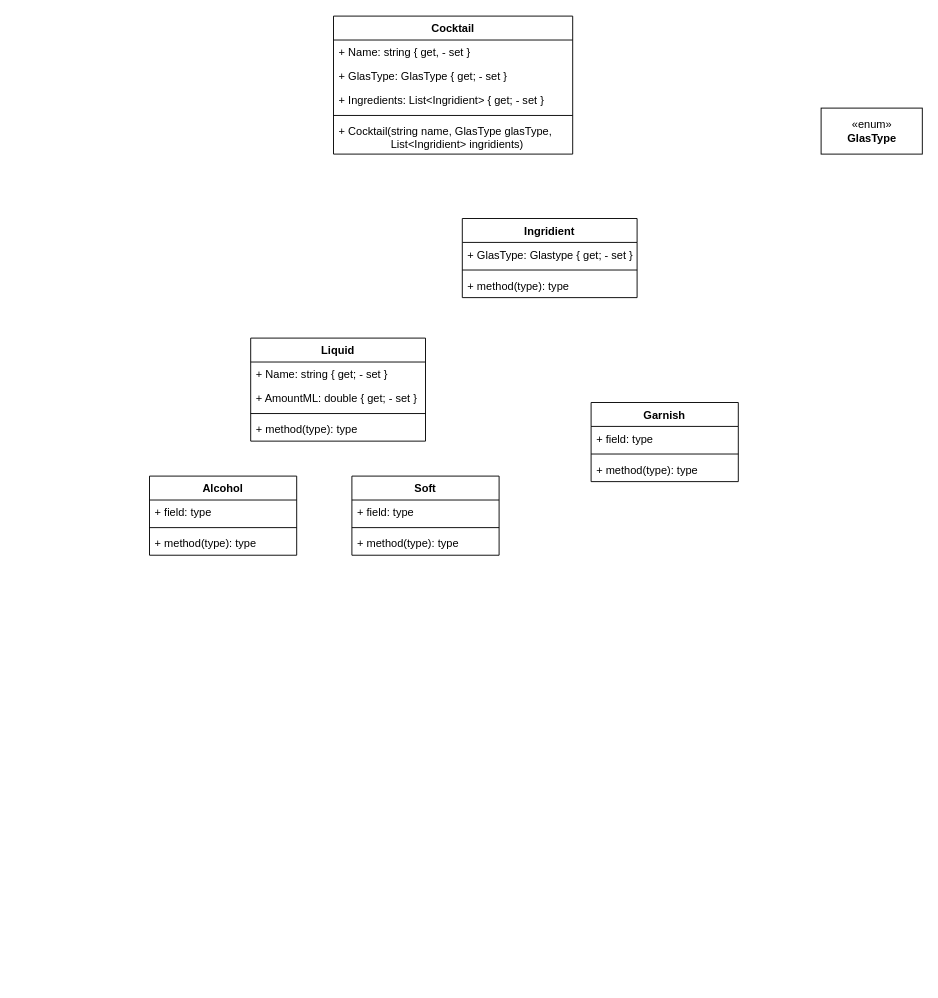
TGPGamez/Cocktails-H3 keeps this draw.io diagram as Cocktails ClassDiagram.drawio. Above is the earlier version. Source tidied: cells renumbered, new cells numbered last; positions are measured from the earlier drawing's top-left corner, leaving out a move shared by most shapes. Both pictures are drawn from the tidied source at 92%, with x=0, y=0 at pixel (149, 16).
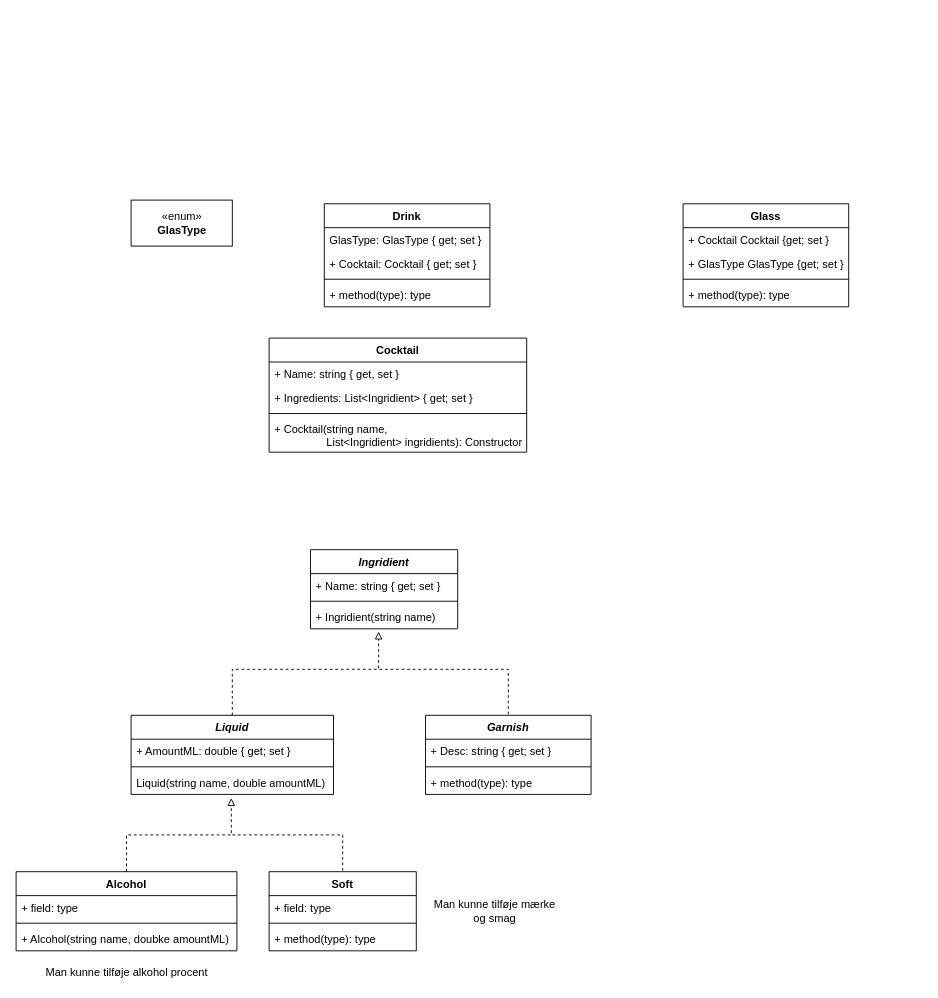
After the change.

Change to the diagram source:
```diff
@@
     <mxCell id="2" value="Cocktail" style="swimlane;fontStyle=1;align=center;verticalAlign=top;horizontal=1;startSize=26;" parent="1" vertex="1">
-      <mxGeometry x="200" width="260" height="150" as="geometry" />
+      <mxGeometry x="130" y="350" width="280" height="124" as="geometry" />
     </mxCell>
-    <mxCell id="3" value="+ Name: string { get, - set }" style="text;strokeColor=none;fillColor=none;align=left;verticalAlign=top;spacingLeft=4;spacingRight=4;overflow=hidden;" parent="2" vertex="1">
-      <mxGeometry y="26" width="260" height="26" as="geometry" />
+    <mxCell id="3" value="+ Name: string { get, set }" style="text;strokeColor=none;fillColor=none;align=left;verticalAlign=top;spacingLeft=4;spacingRight=4;overflow=hidden;" parent="2" vertex="1">
+      <mxGeometry y="26" width="280" height="26" as="geometry" />
     </mxCell>
-    <mxCell id="4" value="+ GlasType: GlasType { get; - set }" style="text;strokeColor=none;fillColor=none;align=left;verticalAlign=top;spacingLeft=4;spacingRight=4;overflow=hidden;" parent="2" vertex="1">
-      <mxGeometry y="52" width="260" height="26" as="geometry" />
-    </mxCell>
-    <mxCell id="5" value="+ Ingredients: List&lt;Ingridient&gt; { get; - set }" style="text;strokeColor=none;fillColor=none;align=left;verticalAlign=top;spacingLeft=4;spacingRight=4;overflow=hidden;" parent="2" vertex="1">
-      <mxGeometry y="78" width="260" height="26" as="geometry" />
+    <mxCell id="5" value="+ Ingredients: List&lt;Ingridient&gt; { get; set }" style="text;strokeColor=none;fillColor=none;align=left;verticalAlign=top;spacingLeft=4;spacingRight=4;overflow=hidden;" parent="2" vertex="1">
+      <mxGeometry y="52" width="280" height="26" as="geometry" />
     </mxCell>
     <mxCell id="6" style="line;strokeWidth=1;fillColor=none;align=left;verticalAlign=middle;spacingTop=-1;spacingLeft=3;spacingRight=3;labelPosition=right;" parent="2" vertex="1">
-      <mxGeometry y="104" width="260" height="8" as="geometry" />
+      <mxGeometry y="78" width="280" height="8" as="geometry" />
     </mxCell>
-    <mxCell id="7" value="+ Cocktail(string name, GlasType glasType, &#10;                 List&lt;Ingridient&gt; ingridients)" style="text;strokeColor=none;fillColor=none;align=left;verticalAlign=top;spacingLeft=4;spacingRight=4;overflow=hidden;" parent="2" vertex="1">
-      <mxGeometry y="112" width="260" height="38" as="geometry" />
+    <mxCell id="7" value="+ Cocktail(string name,&#10;                 List&lt;Ingridient&gt; ingridients): Constructor" style="text;strokeColor=none;fillColor=none;align=left;verticalAlign=top;spacingLeft=4;spacingRight=4;overflow=hidden;" parent="2" vertex="1">
+      <mxGeometry y="86" width="280" height="38" as="geometry" />
     </mxCell>
     <mxCell id="8" value="«enum»&lt;br&gt;&lt;b&gt;GlasType&lt;/b&gt;" style="html=1;" parent="1" vertex="1">
-      <mxGeometry x="730" y="100" width="110" height="50" as="geometry" />
+      <mxGeometry x="-20" y="200" width="110" height="50" as="geometry" />
     </mxCell>
-    <mxCell id="9" value="Liquid" style="swimlane;fontStyle=1;align=center;verticalAlign=top;horizontal=1;startSize=26;" parent="1" vertex="1">
-      <mxGeometry x="110" y="350" width="190" height="112" as="geometry" />
+    <mxCell id="9" value="Liquid" style="swimlane;fontStyle=3;align=center;verticalAlign=top;horizontal=1;startSize=26;" parent="1" vertex="1">
+      <mxGeometry x="-20" y="760" width="220" height="86" as="geometry" />
     </mxCell>
-    <mxCell id="10" value="+ Name: string { get; - set }" style="text;strokeColor=none;fillColor=none;align=left;verticalAlign=top;spacingLeft=4;spacingRight=4;overflow=hidden;" parent="9" vertex="1">
-      <mxGeometry y="26" width="190" height="26" as="geometry" />
-    </mxCell>
-    <mxCell id="11" value="+ AmountML: double { get; - set }" style="text;strokeColor=none;fillColor=none;align=left;verticalAlign=top;spacingLeft=4;spacingRight=4;overflow=hidden;" parent="9" vertex="1">
-      <mxGeometry y="52" width="190" height="26" as="geometry" />
+    <mxCell id="11" value="+ AmountML: double { get; set }" style="text;strokeColor=none;fillColor=none;align=left;verticalAlign=top;spacingLeft=4;spacingRight=4;overflow=hidden;" parent="9" vertex="1">
+      <mxGeometry y="26" width="220" height="26" as="geometry" />
     </mxCell>
     <mxCell id="12" style="line;strokeWidth=1;fillColor=none;align=left;verticalAlign=middle;spacingTop=-1;spacingLeft=3;spacingRight=3;labelPosition=right;" parent="9" vertex="1">
-      <mxGeometry y="78" width="190" height="8" as="geometry" />
+      <mxGeometry y="52" width="220" height="8" as="geometry" />
     </mxCell>
-    <mxCell id="13" value="+ method(type): type" style="text;strokeColor=none;fillColor=none;align=left;verticalAlign=top;spacingLeft=4;spacingRight=4;overflow=hidden;points=[[0,0.5],[1,0.5]];portConstraint=eastwest;" parent="9" vertex="1">
-      <mxGeometry y="86" width="190" height="26" as="geometry" />
+    <mxCell id="13" value="Liquid(string name, double amountML)" style="text;strokeColor=none;fillColor=none;align=left;verticalAlign=top;spacingLeft=4;spacingRight=4;overflow=hidden;points=[[0,0.5],[1,0.5]];portConstraint=eastwest;" parent="9" vertex="1">
+      <mxGeometry y="60" width="220" height="26" as="geometry" />
     </mxCell>
-    <mxCell id="14" value="Garnish" style="swimlane;fontStyle=1;align=center;verticalAlign=top;horizontal=1;startSize=26;" parent="1" vertex="1">
-      <mxGeometry x="480" y="420" width="160" height="86" as="geometry" />
+    <mxCell id="14" value="Garnish" style="swimlane;fontStyle=3;align=center;verticalAlign=top;horizontal=1;startSize=26;" parent="1" vertex="1">
+      <mxGeometry x="300" y="760" width="180" height="86" as="geometry" />
     </mxCell>
-    <mxCell id="15" value="+ field: type" style="text;strokeColor=none;fillColor=none;align=left;verticalAlign=top;spacingLeft=4;spacingRight=4;overflow=hidden;" parent="14" vertex="1">
-      <mxGeometry y="26" width="160" height="26" as="geometry" />
+    <mxCell id="15" value="+ Desc: string { get; set }" style="text;strokeColor=none;fillColor=none;align=left;verticalAlign=top;spacingLeft=4;spacingRight=4;overflow=hidden;" parent="14" vertex="1">
+      <mxGeometry y="26" width="180" height="26" as="geometry" />
     </mxCell>
     <mxCell id="16" style="line;strokeWidth=1;fillColor=none;align=left;verticalAlign=middle;spacingTop=-1;spacingLeft=3;spacingRight=3;labelPosition=right;" parent="14" vertex="1">
-      <mxGeometry y="52" width="160" height="8" as="geometry" />
+      <mxGeometry y="52" width="180" height="8" as="geometry" />
     </mxCell>
     <mxCell id="17" value="+ method(type): type" style="text;strokeColor=none;fillColor=none;align=left;verticalAlign=top;spacingLeft=4;spacingRight=4;overflow=hidden;" parent="14" vertex="1">
-      <mxGeometry y="60" width="160" height="26" as="geometry" />
+      <mxGeometry y="60" width="180" height="26" as="geometry" />
     </mxCell>
     <mxCell id="18" value="Alcohol" style="swimlane;fontStyle=1;align=center;verticalAlign=top;horizontal=1;startSize=26;" parent="1" vertex="1">
-      <mxGeometry y="500" width="160" height="86" as="geometry" />
+      <mxGeometry x="-145" y="930" width="240" height="86" as="geometry" />
     </mxCell>
     <mxCell id="19" value="+ field: type" style="text;strokeColor=none;fillColor=none;align=left;verticalAlign=top;spacingLeft=4;spacingRight=4;overflow=hidden;" parent="18" vertex="1">
-      <mxGeometry y="26" width="160" height="26" as="geometry" />
+      <mxGeometry y="26" width="240" height="26" as="geometry" />
     </mxCell>
     <mxCell id="20" style="line;strokeWidth=1;fillColor=none;align=left;verticalAlign=middle;spacingTop=-1;spacingLeft=3;spacingRight=3;labelPosition=right;" parent="18" vertex="1">
-      <mxGeometry y="52" width="160" height="8" as="geometry" />
+      <mxGeometry y="52" width="240" height="8" as="geometry" />
     </mxCell>
-    <mxCell id="21" value="+ method(type): type" style="text;strokeColor=none;fillColor=none;align=left;verticalAlign=top;spacingLeft=4;spacingRight=4;overflow=hidden;" parent="18" vertex="1">
-      <mxGeometry y="60" width="160" height="26" as="geometry" />
+    <mxCell id="21" value="+ Alcohol(string name, doubke amountML)" style="text;strokeColor=none;fillColor=none;align=left;verticalAlign=top;spacingLeft=4;spacingRight=4;overflow=hidden;" parent="18" vertex="1">
+      <mxGeometry y="60" width="240" height="26" as="geometry" />
     </mxCell>
     <mxCell id="22" value="Soft" style="swimlane;fontStyle=1;align=center;verticalAlign=top;horizontal=1;startSize=26;" parent="1" vertex="1">
-      <mxGeometry x="220" y="500" width="160" height="86" as="geometry" />
+      <mxGeometry x="130" y="930" width="160" height="86" as="geometry" />
     </mxCell>
@@
-    <mxCell id="26" value="Ingridient" style="swimlane;fontStyle=1;align=center;verticalAlign=top;horizontal=1;startSize=26;" parent="1" vertex="1">
-      <mxGeometry x="340" y="220" width="190" height="86" as="geometry" />
+    <mxCell id="26" value="Ingridient" style="swimlane;fontStyle=3;align=center;verticalAlign=top;horizontal=1;startSize=26;" parent="1" vertex="1">
+      <mxGeometry x="175" y="580" width="160" height="86" as="geometry" />
     </mxCell>
-    <mxCell id="27" value="+ GlasType: Glastype { get; - set }" style="text;strokeColor=none;fillColor=none;align=left;verticalAlign=top;spacingLeft=4;spacingRight=4;overflow=hidden;" parent="26" vertex="1">
-      <mxGeometry y="26" width="190" height="26" as="geometry" />
-    </mxCell>
-    <mxCell id="28" style="line;strokeWidth=1;fillColor=none;align=left;verticalAlign=middle;spacingTop=-1;spacingLeft=3;spacingRight=3;labelPosition=right;" parent="26" vertex="1">
-      <mxGeometry y="52" width="190" height="8" as="geometry" />
-    </mxCell>
-    <mxCell id="29" value="+ method(type): type" style="text;strokeColor=none;fillColor=none;align=left;verticalAlign=top;spacingLeft=4;spacingRight=4;overflow=hidden;" parent="26" vertex="1">
-      <mxGeometry y="60" width="190" height="26" as="geometry" />
-    </mxCell>
+    <mxCell id="30" value="+ Name: string { get; set }" style="text;strokeColor=none;fillColor=none;align=left;verticalAlign=top;spacingLeft=4;spacingRight=4;overflow=hidden;" parent="26" vertex="1">
+      <mxGeometry y="26" width="160" height="26" as="geometry" />
+    </mxCell>
+    <mxCell id="31" style="line;strokeWidth=1;fillColor=none;align=left;verticalAlign=middle;spacingTop=-1;spacingLeft=3;spacingRight=3;labelPosition=right;" parent="26" vertex="1">
+      <mxGeometry y="52" width="160" height="8" as="geometry" />
+    </mxCell>
+    <mxCell id="32" value="+ Ingridient(string name)" style="text;strokeColor=none;fillColor=none;align=left;verticalAlign=top;spacingLeft=4;spacingRight=4;overflow=hidden;points=[[0,0.5],[1,0.5]];portConstraint=eastwest;" parent="26" vertex="1">
+      <mxGeometry y="60" width="160" height="26" as="geometry" />
+    </mxCell>
+    <mxCell id="33" value="Man kunne tilføje mærke&lt;br&gt;og smag" style="text;html=1;align=center;verticalAlign=middle;strokeColor=none;fillColor=none;" parent="1" vertex="1">
+      <mxGeometry x="300" y="958" width="150" height="30" as="geometry" />
+    </mxCell>
+    <mxCell id="34" value="Man kunne tilføje alkohol procent" style="text;html=1;align=center;verticalAlign=middle;strokeColor=none;fillColor=none;" parent="1" vertex="1">
+      <mxGeometry x="-120" y="1030" width="190" height="20" as="geometry" />
+    </mxCell>
+    <mxCell id="35" value="Glass" style="swimlane;fontStyle=1;align=center;verticalAlign=top;horizontal=1;startSize=26;" parent="1" vertex="1">
+      <mxGeometry x="580" y="204" width="180" height="112" as="geometry" />
+    </mxCell>
+    <mxCell id="36" value="+ Cocktail Cocktail {get; set }" style="text;strokeColor=none;fillColor=none;align=left;verticalAlign=top;spacingLeft=4;spacingRight=4;overflow=hidden;" parent="35" vertex="1">
+      <mxGeometry y="26" width="180" height="26" as="geometry" />
+    </mxCell>
+    <mxCell id="37" value="+ GlasType GlasType {get; set }" style="text;strokeColor=none;fillColor=none;align=left;verticalAlign=top;spacingLeft=4;spacingRight=4;overflow=hidden;" parent="35" vertex="1">
+      <mxGeometry y="52" width="180" height="26" as="geometry" />
+    </mxCell>
+    <mxCell id="38" style="line;strokeWidth=1;fillColor=none;align=left;verticalAlign=middle;spacingTop=-1;spacingLeft=3;spacingRight=3;labelPosition=right;" parent="35" vertex="1">
+      <mxGeometry y="78" width="180" height="8" as="geometry" />
+    </mxCell>
+    <mxCell id="39" value="+ method(type): type" style="text;strokeColor=none;fillColor=none;align=left;verticalAlign=top;spacingLeft=4;spacingRight=4;overflow=hidden;" parent="35" vertex="1">
+      <mxGeometry y="86" width="180" height="26" as="geometry" />
+    </mxCell>
+    <mxCell id="40" style="endArrow=block;html=1;rounded=0;dashed=1;exitX=0.5;exitY=0;exitDx=0;exitDy=0;entryX=0.495;entryY=1.154;entryDx=0;entryDy=0;entryPerimeter=0;endFill=0;" parent="1" edge="1" source="18" target="13">
+      <mxGeometry relative="1" as="geometry">
+        <Array as="points">
+          <mxPoint x="-25" y="890" />
+          <mxPoint x="89" y="890" />
+        </Array>
+      </mxGeometry>
+    </mxCell>
+    <mxCell id="41" style="endArrow=none;html=1;rounded=0;dashed=1;entryX=0.5;entryY=0;entryDx=0;entryDy=0;" parent="1" edge="1" target="22">
+      <mxGeometry relative="1" as="geometry">
+        <mxPoint x="90" y="890" as="sourcePoint" />
+        <Array as="points">
+          <mxPoint x="210" y="890" />
+        </Array>
+      </mxGeometry>
+    </mxCell>
+    <mxCell id="42" style="endArrow=block;html=1;rounded=0;dashed=1;exitX=0.5;exitY=0;exitDx=0;exitDy=0;entryX=0.463;entryY=1.115;entryDx=0;entryDy=0;entryPerimeter=0;endFill=0;" parent="1" edge="1" source="9" target="32">
+      <mxGeometry relative="1" as="geometry">
+        <Array as="points">
+          <mxPoint x="90" y="710" />
+          <mxPoint x="249" y="710" />
+        </Array>
+      </mxGeometry>
+    </mxCell>
+    <mxCell id="43" style="endArrow=none;html=1;rounded=0;dashed=1;entryX=0.5;entryY=0;entryDx=0;entryDy=0;" parent="1" edge="1" target="14">
+      <mxGeometry relative="1" as="geometry">
+        <mxPoint x="250" y="710" as="sourcePoint" />
+        <Array as="points">
+          <mxPoint x="390" y="710" />
+        </Array>
+      </mxGeometry>
+    </mxCell>
+    <mxCell id="44" value="Drink" style="swimlane;fontStyle=1;align=center;verticalAlign=top;horizontal=1;startSize=26;" parent="1" vertex="1">
+      <mxGeometry x="190" y="204" width="180" height="112" as="geometry" />
+    </mxCell>
+    <mxCell id="45" value="GlasType: GlasType { get; set }" style="text;strokeColor=none;fillColor=none;align=left;verticalAlign=top;spacingLeft=4;spacingRight=4;overflow=hidden;" parent="44" vertex="1">
+      <mxGeometry y="26" width="180" height="26" as="geometry" />
+    </mxCell>
+    <mxCell id="46" value="+ Cocktail: Cocktail { get; set }" style="text;strokeColor=none;fillColor=none;align=left;verticalAlign=top;spacingLeft=4;spacingRight=4;overflow=hidden;" parent="44" vertex="1">
+      <mxGeometry y="52" width="180" height="26" as="geometry" />
+    </mxCell>
+    <mxCell id="47" style="line;strokeWidth=1;fillColor=none;align=left;verticalAlign=middle;spacingTop=-1;spacingLeft=3;spacingRight=3;labelPosition=right;" parent="44" vertex="1">
+      <mxGeometry y="78" width="180" height="8" as="geometry" />
+    </mxCell>
+    <mxCell id="48" value="+ method(type): type" style="text;strokeColor=none;fillColor=none;align=left;verticalAlign=top;spacingLeft=4;spacingRight=4;overflow=hidden;" parent="44" vertex="1">
+      <mxGeometry y="86" width="180" height="26" as="geometry" />
+    </mxCell>
```
